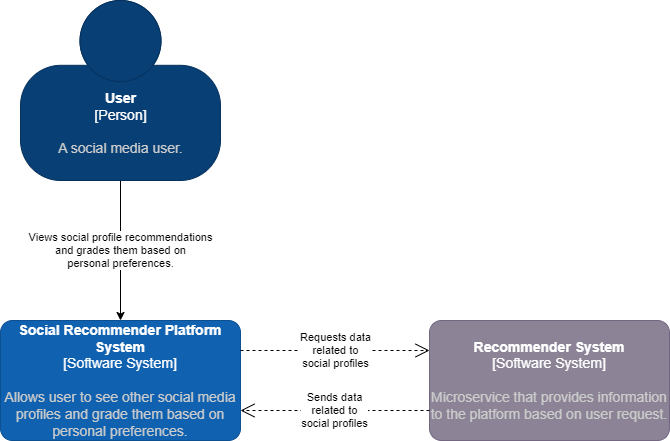
This is docs/C1.png from Danie83/SoRe, a draw.io export, as it was before one commit. Source tidied: cells renumbered, new cells last; positions are measured from the earlier drawing's top-left corner, leaving out a move shared by most shapes. Source of this version:
```xml
<mxGraphModel>
  <root>
    <mxCell id="0" />
    <mxCell id="1" parent="0" />
    <mxCell id="2" value="Views social profile recommendations &lt;br&gt;and grades them based on &lt;br&gt;personal preferences." style="edgeStyle=orthogonalEdgeStyle;rounded=0;jettySize=auto;html=1;entryX=0.5;entryY=0;entryDx=0;entryDy=0;entryPerimeter=0;" parent="1" edge="1" source="3" target="4">
      <mxGeometry relative="1" as="geometry" />
    </mxCell>
    <object id="3" label="&lt;font style=&quot;font-size: 14px;&quot;&gt;&lt;b style=&quot;font-size: 14px;&quot;&gt;%c4Name%&lt;/b&gt;&lt;/font&gt;&lt;div style=&quot;font-size: 14px;&quot;&gt;[%c4Type%]&lt;/div&gt;&lt;br style=&quot;font-size: 14px;&quot;&gt;&lt;div style=&quot;font-size: 14px;&quot;&gt;&lt;font style=&quot;font-size: 14px;&quot;&gt;&lt;font color=&quot;#cccccc&quot; style=&quot;font-size: 14px;&quot;&gt;%c4Description%&lt;/font&gt;&lt;/font&gt;&lt;/div&gt;" c4Description="A social media user." c4Name="User" c4Type="Person" placeholders="1">
      <mxCell style="html=1;fontSize=14;dashed=0;whitespace=wrap;fillColor=#083F75;strokeColor=#06315C;fontColor=#ffffff;shape=mxgraph.c4.person2;align=center;points=[[0.5,0,0],[1,0.5,0],[1,0.75,0],[0.75,1,0],[0.5,1,0],[0.25,1,0],[0,0.75,0],[0,0.5,0]];" parent="1" vertex="1">
        <mxGeometry x="20" width="200" height="180" as="geometry" />
      </mxCell>
    </object>
    <object id="4" label="&lt;font style=&quot;font-size: 14px;&quot;&gt;&lt;b style=&quot;font-size: 14px;&quot;&gt;%c4Name%&lt;/b&gt;&lt;/font&gt;&lt;div style=&quot;font-size: 14px;&quot;&gt;[%c4Type%]&lt;/div&gt;&lt;br style=&quot;font-size: 14px;&quot;&gt;&lt;div style=&quot;font-size: 14px;&quot;&gt;&lt;font style=&quot;font-size: 14px;&quot;&gt;&lt;font color=&quot;#cccccc&quot; style=&quot;font-size: 14px;&quot;&gt;%c4Description%&lt;/font&gt;&lt;/font&gt;&lt;/div&gt;" c4Description="Allows user to see other social media profiles and grade them based on personal preferences." c4Name="Social Recommender Platform System" c4Type="Software System" placeholders="1">
      <mxCell style="rounded=1;whiteSpace=wrap;html=1;labelBackgroundColor=none;fillColor=#1061B0;fontColor=#ffffff;align=center;arcSize=10;strokeColor=#0D5091;points=[[0.25,0,0],[0.5,0,0],[0.75,0,0],[1,0.25,0],[1,0.5,0],[1,0.75,0],[0.75,1,0],[0.5,1,0],[0.25,1,0],[0,0.75,0],[0,0.5,0],[0,0.25,0]];fontSize=14;" parent="1" vertex="1">
        <mxGeometry y="320" width="240" height="120" as="geometry" />
      </mxCell>
    </object>
    <object id="5" label="&lt;font style=&quot;font-size: 14px;&quot;&gt;&lt;b style=&quot;font-size: 14px;&quot;&gt;%c4Name%&lt;/b&gt;&lt;/font&gt;&lt;div style=&quot;font-size: 14px;&quot;&gt;[%c4Type%]&lt;/div&gt;&lt;br style=&quot;font-size: 14px;&quot;&gt;&lt;div style=&quot;font-size: 14px;&quot;&gt;&lt;font style=&quot;font-size: 14px;&quot;&gt;&lt;font color=&quot;#cccccc&quot; style=&quot;font-size: 14px;&quot;&gt;%c4Description%&lt;/font&gt;&lt;/font&gt;&lt;/div&gt;" c4Description="Microservice that provides information to the platform based on user request." c4Name="Recommender System" c4Type="Software System" placeholders="1">
      <mxCell style="rounded=1;whiteSpace=wrap;html=1;labelBackgroundColor=none;fillColor=#8C8496;fontColor=#ffffff;align=center;arcSize=10;strokeColor=#736782;points=[[0.25,0,0],[0.5,0,0],[0.75,0,0],[1,0.25,0],[1,0.5,0],[1,0.75,0],[0.75,1,0],[0.5,1,0],[0.25,1,0],[0,0.75,0],[0,0.5,0],[0,0.25,0]];fontSize=14;" parent="1" vertex="1">
        <mxGeometry x="429" y="320" width="240" height="120" as="geometry" />
      </mxCell>
    </object>
    <mxCell id="6" value="Requests data&lt;br&gt;related to&lt;br&gt;social profiles" style="endArrow=open;endSize=12;dashed=1;html=1;rounded=0;exitX=1;exitY=0.25;exitDx=0;exitDy=0;exitPerimeter=0;entryX=0;entryY=0.25;entryDx=0;entryDy=0;entryPerimeter=0;" parent="1" edge="1" source="4" target="5">
      <mxGeometry relative="1" as="geometry" />
    </mxCell>
    <mxCell id="7" value="Sends data&lt;br&gt;related to&lt;br&gt;social profiles" style="endArrow=open;endSize=12;dashed=1;html=1;rounded=0;exitX=0;exitY=0.75;exitDx=0;exitDy=0;exitPerimeter=0;entryX=1;entryY=0.75;entryDx=0;entryDy=0;entryPerimeter=0;" parent="1" edge="1" source="5" target="4">
      <mxGeometry relative="1" as="geometry" />
    </mxCell>
  </root>
</mxGraphModel>
```
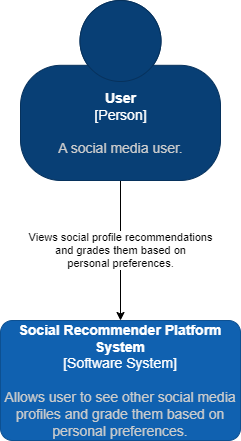
Above is the later version.

The edit, as a diff of the source:
```diff
@@ -15,16 +15,5 @@
         <mxGeometry y="320" width="240" height="120" as="geometry" />
       </mxCell>
     </object>
-    <object id="5" label="&lt;font style=&quot;font-size: 14px;&quot;&gt;&lt;b style=&quot;font-size: 14px;&quot;&gt;%c4Name%&lt;/b&gt;&lt;/font&gt;&lt;div style=&quot;font-size: 14px;&quot;&gt;[%c4Type%]&lt;/div&gt;&lt;br style=&quot;font-size: 14px;&quot;&gt;&lt;div style=&quot;font-size: 14px;&quot;&gt;&lt;font style=&quot;font-size: 14px;&quot;&gt;&lt;font color=&quot;#cccccc&quot; style=&quot;font-size: 14px;&quot;&gt;%c4Description%&lt;/font&gt;&lt;/font&gt;&lt;/div&gt;" c4Description="Microservice that provides information to the platform based on user request." c4Name="Recommender System" c4Type="Software System" placeholders="1">
-      <mxCell style="rounded=1;whiteSpace=wrap;html=1;labelBackgroundColor=none;fillColor=#8C8496;fontColor=#ffffff;align=center;arcSize=10;strokeColor=#736782;points=[[0.25,0,0],[0.5,0,0],[0.75,0,0],[1,0.25,0],[1,0.5,0],[1,0.75,0],[0.75,1,0],[0.5,1,0],[0.25,1,0],[0,0.75,0],[0,0.5,0],[0,0.25,0]];fontSize=14;" parent="1" vertex="1">
-        <mxGeometry x="429" y="320" width="240" height="120" as="geometry" />
-      </mxCell>
-    </object>
-    <mxCell id="6" value="Requests data&lt;br&gt;related to&lt;br&gt;social profiles" style="endArrow=open;endSize=12;dashed=1;html=1;rounded=0;exitX=1;exitY=0.25;exitDx=0;exitDy=0;exitPerimeter=0;entryX=0;entryY=0.25;entryDx=0;entryDy=0;entryPerimeter=0;" parent="1" edge="1" source="4" target="5">
-      <mxGeometry relative="1" as="geometry" />
-    </mxCell>
-    <mxCell id="7" value="Sends data&lt;br&gt;related to&lt;br&gt;social profiles" style="endArrow=open;endSize=12;dashed=1;html=1;rounded=0;exitX=0;exitY=0.75;exitDx=0;exitDy=0;exitPerimeter=0;entryX=1;entryY=0.75;entryDx=0;entryDy=0;entryPerimeter=0;" parent="1" edge="1" source="5" target="4">
-      <mxGeometry relative="1" as="geometry" />
-    </mxCell>
   </root>
 </mxGraphModel>
```
